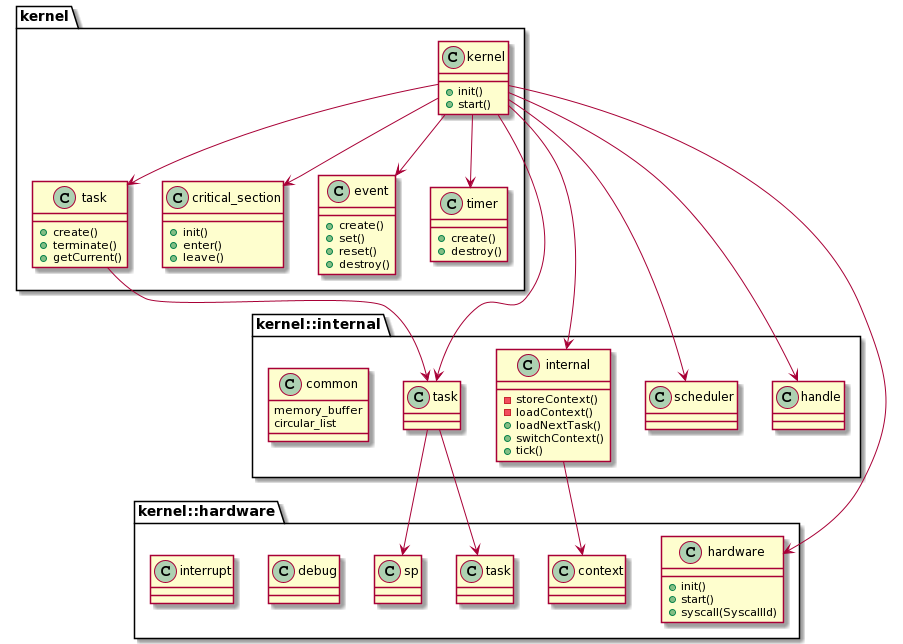
Before: doc/arch.png, a diagram exported from PlantUML (t4th/cortex-m3-rtos).
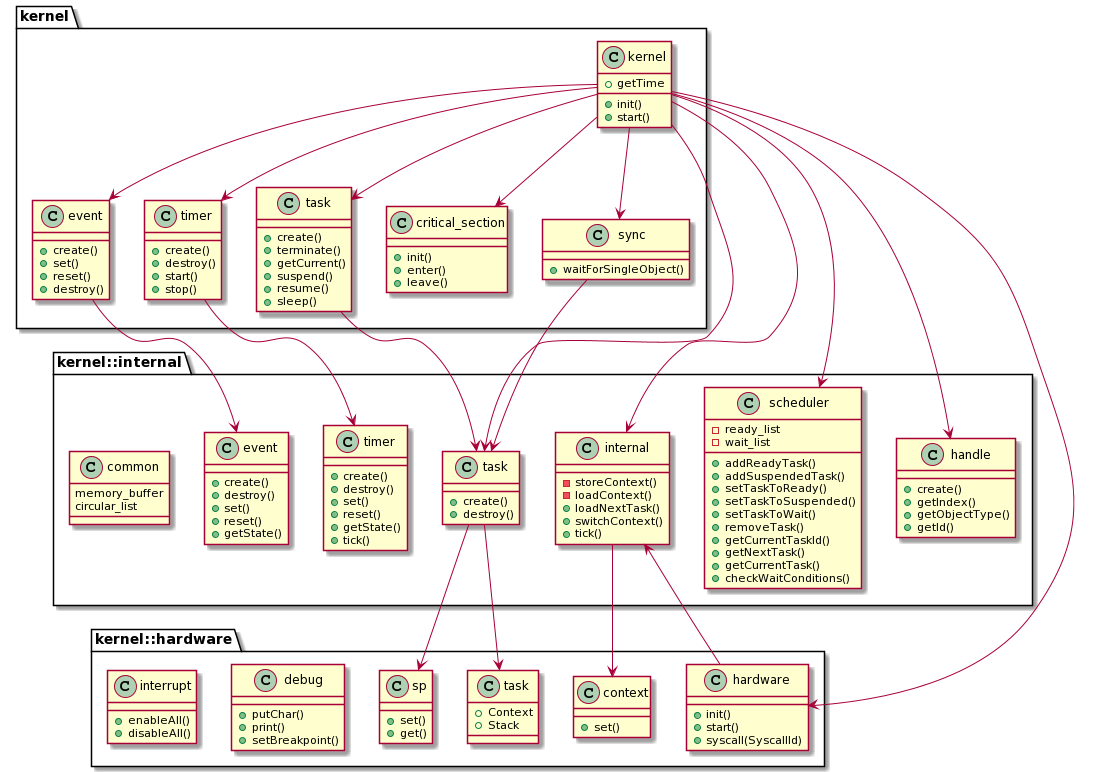
The same diagram one commit later.

Diff of the diagram source:
```diff
@@ -2,8 +2,9 @@
 set namespaceSeparator ::
 
 class kernel::kernel{
-+init()
-+start()
++ init()
++ start()
++ getTime
 }
 kernel::kernel -> kernel::hardware::hardware
 kernel::kernel -> kernel::internal::task
@@ -12,6 +13,7 @@
 kernel::kernel -d-> kernel::critical_section
 kernel::kernel -d-> kernel::event
 kernel::kernel -d-> kernel::timer
+kernel::kernel -d-> kernel::sync
 
 kernel::kernel -d-> kernel::internal::scheduler
 kernel::kernel -d-> kernel::internal::handle
@@ -22,6 +24,9 @@
  +create()
  +terminate()
  + getCurrent()
+ + suspend()
+ + resume()
+ + sleep()
 }
 
 kernel::task -d-> kernel::internal::task
@@ -32,6 +37,12 @@
 +leave()
 }
 
+class kernel::sync {
++waitForSingleObject()
+}
+
+kernel::sync -d-> kernel::internal::task
+
 class kernel::event {
 +create()
 +set()
@@ -39,12 +50,16 @@
 +destroy()
 }
 
+kernel::event -> kernel::internal::event
+
 class kernel::timer {
 +create()
 +destroy()
++start()
++stop()
 }
 
-
+kernel::timer -> kernel::internal::timer
 
 class kernel::internal::common {
  memory_buffer
@@ -61,7 +76,8 @@
 }
 
 class kernel::internal::task {
-
++ create()
++ destroy()
 }
 
 kernel::internal::task -d-> kernel::hardware::task
@@ -69,11 +85,43 @@
 kernel::internal::task -d-> kernel::hardware::sp
 
 class kernel::internal::scheduler {
+- ready_list
+- wait_list
++ addReadyTask()
++ addSuspendedTask()
++ setTaskToReady()
++ setTaskToSuspended()
++ setTaskToWait()
++ removeTask()
++ getCurrentTaskId()
++ getNextTask()
++ getCurrentTask()
++ checkWaitConditions()
+}
 
+
+class kernel::internal::event {
++ create()
++ destroy()
++ set()
++ reset()
++ getState()
+}
+
+class kernel::internal::timer {
++ create()
++ destroy()
++ set()
++ reset()
++ getState()
++ tick()
 }
 
 class kernel::internal::handle {
-
++ create()
++ getIndex()
++ getObjectType()
++ getId()
 }
 
 class kernel::hardware::hardware {
@@ -82,24 +130,30 @@
 +syscall(SyscallId)
 }
 
+kernel::hardware::hardware -> kernel::internal::internal
 
 class kernel::hardware::context {
-
++ set()
 }
 
 class kernel::hardware::debug {
-
++ putChar()
++ print()
++ setBreakpoint()
 }
 
 class kernel::hardware::interrupt {
-
++ enableAll()
++ disableAll()
 }
 
 class kernel::hardware::sp {
-
++ set()
++ get()
 }
 
 class kernel::hardware::task {
-
++ Context
++ Stack
 }
 @enduml
```
